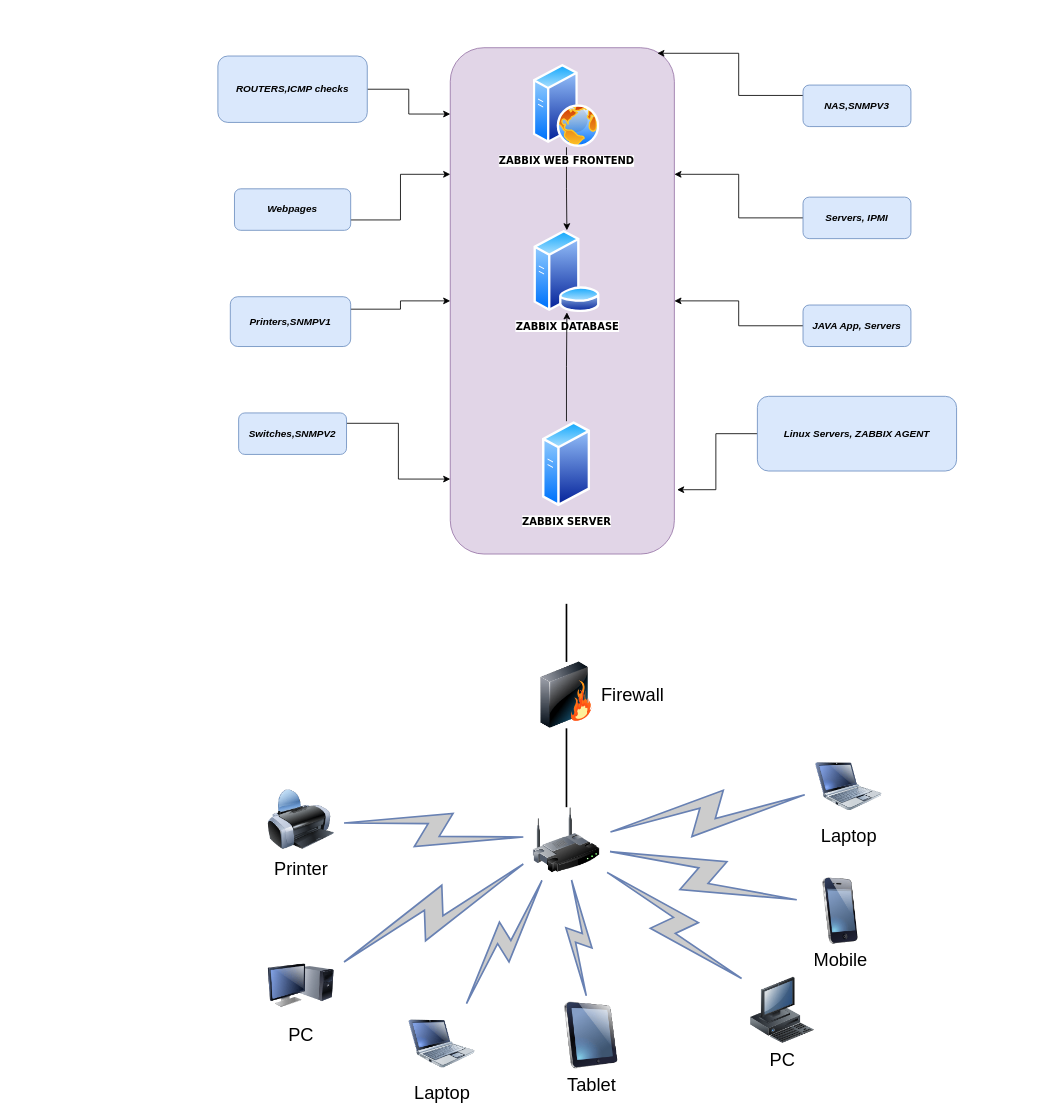
padowla/super-fortnight keeps this draw.io diagram as zabbix_arch_example.drawio. Above is the earlier version. Source tidied: cells renumbered, new cells numbered last; positions are measured from the earlier drawing's top-left corner, leaving out a move shared by most shapes. Both pictures are drawn from the tidied source at 83%, with x=0, y=0 at pixel (217, 47).
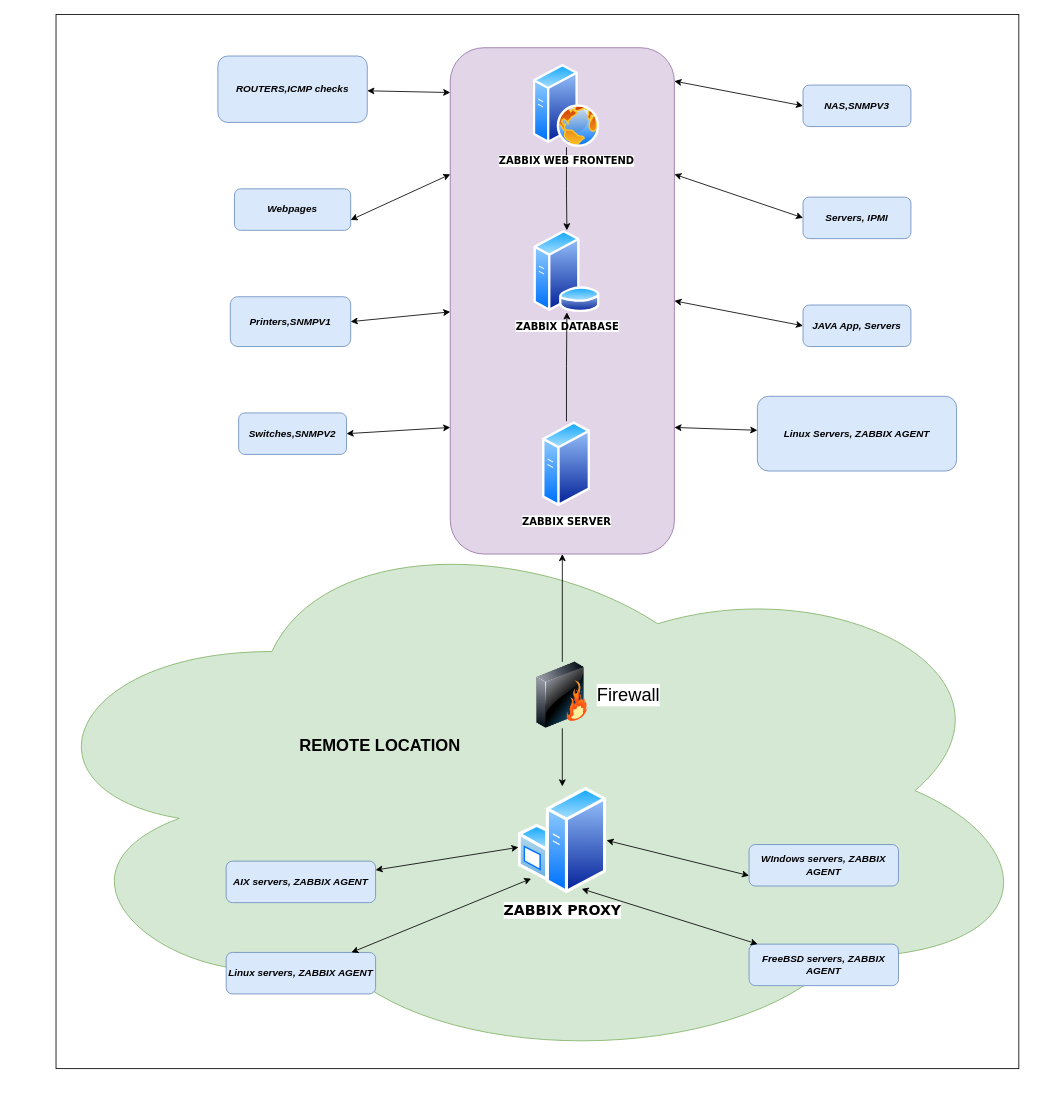
Above is the later version.

Unchanged cells that the change refers to:
```xml
<mxCell id="2" style="rounded=1;whiteSpace=wrap;html=1;fillColor=#e1d5e7;strokeColor=#9673a6;" parent="1" vertex="1">
  <mxGeometry x="280" width="270" height="610" as="geometry" />
</mxCell>
<mxCell id="27" value="&lt;b&gt;&lt;i&gt;ROUTERS,ICMP checks&lt;br&gt;&lt;/i&gt;&lt;/b&gt;" style="rounded=1;whiteSpace=wrap;html=1;fillColor=#dae8fc;strokeColor=#6c8ebf;" parent="1" vertex="1">
  <mxGeometry y="10" width="180" height="80" as="geometry" />
</mxCell>
```

What changed in the source:
```diff
@@
+    <mxCell id="42" style="rounded=0;whiteSpace=wrap;html=1;" parent="1" vertex="1">
+      <mxGeometry x="-195" y="-40" width="1160" height="1270" as="geometry" />
+    </mxCell>
+    <mxCell id="43" style="ellipse;shape=cloud;whiteSpace=wrap;html=1;fillColor=#d5e8d4;strokeColor=#82b366;" parent="1" vertex="1">
+      <mxGeometry x="-245" y="560" width="1240" height="670" as="geometry" />
+    </mxCell>
@@
-    <mxCell id="3" style="edgeStyle=none;rounded=0;html=1;labelBackgroundColor=none;endArrow=none;strokeWidth=2;fontFamily=Verdana;fontSize=22;" parent="1" edge="1" source="4" target="6">
-      <mxGeometry relative="1" as="geometry" />
-    </mxCell>
-    <mxCell id="4" style="image;html=1;labelBackgroundColor=#ffffff;image=img/lib/clip_art/networking/Wireless_Router_128x128.png;rounded=1;shadow=0;comic=0;strokeWidth=2;fontSize=22;" parent="1" vertex="1">
-      <mxGeometry x="380" y="915" width="80" height="80" as="geometry" />
-    </mxCell>
-    <mxCell id="5" style="edgeStyle=none;rounded=0;html=1;labelBackgroundColor=none;endArrow=none;strokeWidth=2;fontFamily=Verdana;fontSize=22;" parent="1" edge="1" source="6">
-      <mxGeometry relative="1" as="geometry">
-        <mxPoint x="420" y="670" as="targetPoint" />
-      </mxGeometry>
-    </mxCell>
+    <mxCell id="44" style="edgeStyle=orthogonalEdgeStyle;rounded=0;jettySize=auto;html=1;entryX=0.5;entryY=1;entryDx=0;entryDy=0;" parent="1" edge="1" source="6" target="2">
+      <mxGeometry relative="1" as="geometry" />
+    </mxCell>
+    <mxCell id="45" style="edgeStyle=orthogonalEdgeStyle;rounded=0;jettySize=auto;html=1;" parent="1" edge="1" source="6" target="46">
+      <mxGeometry relative="1" as="geometry" />
+    </mxCell>
     <mxCell id="6" value="Firewall" style="image;html=1;labelBackgroundColor=#ffffff;image=img/lib/clip_art/networking/Firewall_128x128.png;rounded=1;shadow=0;comic=0;strokeWidth=2;fontSize=22;labelPosition=right;verticalLabelPosition=middle;align=left;verticalAlign=middle;" parent="1" vertex="1">
-      <mxGeometry x="380" y="740" width="80" height="80" as="geometry" />
+      <mxGeometry x="375" y="740" width="80" height="80" as="geometry" />
     </mxCell>
-    <mxCell id="7" value="Tablet" style="image;html=1;labelBackgroundColor=#ffffff;image=img/lib/clip_art/computers/iPad_128x128.png;rounded=1;shadow=0;comic=0;strokeWidth=2;fontSize=22;" parent="1" vertex="1">
-      <mxGeometry x="410" y="1150" width="80" height="80" as="geometry" />
-    </mxCell>
-    <mxCell id="8" value="PC" style="image;html=1;labelBackgroundColor=#ffffff;image=img/lib/clip_art/computers/Monitor_Tower_128x128.png;rounded=1;shadow=0;comic=0;strokeWidth=2;fontSize=22;" parent="1" vertex="1">
-      <mxGeometry x="60" y="1090" width="80" height="80" as="geometry" />
-    </mxCell>
-    <mxCell id="9" value="Printer" style="image;html=1;labelBackgroundColor=#ffffff;image=img/lib/clip_art/computers/Printer_128x128.png;rounded=1;shadow=0;comic=0;strokeWidth=2;fontSize=22;" parent="1" vertex="1">
-      <mxGeometry x="60" y="890" width="80" height="80" as="geometry" />
-    </mxCell>
-    <mxCell id="10" value="PC" style="image;html=1;labelBackgroundColor=#ffffff;image=img/lib/clip_art/computers/Workstation_128x128.png;rounded=1;shadow=0;comic=0;strokeWidth=2;fontSize=22;" parent="1" vertex="1">
-      <mxGeometry x="640" y="1120" width="80" height="80" as="geometry" />
-    </mxCell>
-    <mxCell id="11" value="Mobile" style="image;html=1;labelBackgroundColor=#ffffff;image=img/lib/clip_art/telecommunication/iPhone_128x128.png;rounded=1;shadow=0;comic=0;strokeWidth=2;fontSize=22;" parent="1" vertex="1">
-      <mxGeometry x="710" y="1000" width="80" height="80" as="geometry" />
-    </mxCell>
-    <mxCell id="12" value="Laptop" style="image;html=1;labelBackgroundColor=#ffffff;image=img/lib/clip_art/computers/Netbook_128x128.png;rounded=1;shadow=0;comic=0;strokeColor=#000000;strokeWidth=2;fillColor=#FFFFFF;fontSize=22;fontColor=#000000;" parent="1" vertex="1">
-      <mxGeometry x="720" y="850" width="80" height="80" as="geometry" />
-    </mxCell>
-    <mxCell id="13" value="Laptop" style="image;html=1;labelBackgroundColor=#ffffff;image=img/lib/clip_art/computers/Netbook_128x128.png;rounded=1;shadow=0;comic=0;strokeWidth=2;fontSize=22;" parent="1" vertex="1">
-      <mxGeometry x="230" y="1160" width="80" height="80" as="geometry" />
-    </mxCell>
-    <mxCell id="14" style="html=1;fillColor=#CCCCCC;strokeColor=#6881B3;gradientColor=none;gradientDirection=north;strokeWidth=2;shape=mxgraph.networks.comm_link_edge;html=1;labelBackgroundColor=none;endArrow=none;fontFamily=Verdana;fontSize=22;fontColor=#000000;" parent="1" edge="1" source="9" target="4">
-      <mxGeometry relative="1" as="geometry" />
-    </mxCell>
-    <mxCell id="15" style="html=1;fillColor=#CCCCCC;strokeColor=#6881B3;gradientColor=none;gradientDirection=north;strokeWidth=2;shape=mxgraph.networks.comm_link_edge;html=1;labelBackgroundColor=none;endArrow=none;fontFamily=Verdana;fontSize=22;fontColor=#000000;fontStyle=1;" parent="1" edge="1" source="8" target="4">
-      <mxGeometry relative="1" as="geometry" />
-    </mxCell>
-    <mxCell id="16" style="html=1;fillColor=#CCCCCC;strokeColor=#6881B3;gradientColor=none;gradientDirection=north;strokeWidth=2;shape=mxgraph.networks.comm_link_edge;html=1;labelBackgroundColor=none;endArrow=none;fontFamily=Verdana;fontSize=22;fontColor=#000000;" parent="1" edge="1" source="13" target="4">
-      <mxGeometry relative="1" as="geometry" />
-    </mxCell>
-    <mxCell id="17" style="html=1;fillColor=#CCCCCC;strokeColor=#6881B3;gradientColor=none;gradientDirection=north;strokeWidth=2;shape=mxgraph.networks.comm_link_edge;html=1;labelBackgroundColor=none;endArrow=none;fontFamily=Verdana;fontSize=22;fontColor=#000000;" parent="1" edge="1" source="7" target="4">
-      <mxGeometry relative="1" as="geometry" />
-    </mxCell>
-    <mxCell id="18" style="html=1;fillColor=#CCCCCC;strokeColor=#6881B3;gradientColor=none;gradientDirection=north;strokeWidth=2;shape=mxgraph.networks.comm_link_edge;html=1;labelBackgroundColor=none;endArrow=none;fontFamily=Verdana;fontSize=22;fontColor=#000000;" parent="1" edge="1" source="10" target="4">
-      <mxGeometry relative="1" as="geometry" />
-    </mxCell>
-    <mxCell id="19" style="html=1;fillColor=#CCCCCC;strokeColor=#6881B3;gradientColor=none;gradientDirection=north;strokeWidth=2;shape=mxgraph.networks.comm_link_edge;html=1;labelBackgroundColor=none;endArrow=none;fontFamily=Verdana;fontSize=22;fontColor=#000000;" parent="1" edge="1" source="11" target="4">
-      <mxGeometry relative="1" as="geometry" />
-    </mxCell>
-    <mxCell id="20" style="html=1;fillColor=#CCCCCC;strokeColor=#6881B3;gradientColor=none;gradientDirection=north;strokeWidth=2;shape=mxgraph.networks.comm_link_edge;html=1;labelBackgroundColor=none;endArrow=none;fontFamily=Verdana;fontSize=22;fontColor=#000000;" parent="1" edge="1" source="12" target="4">
-      <mxGeometry relative="1" as="geometry" />
-    </mxCell>
@@
-    <mxCell id="26" style="edgeStyle=orthogonalEdgeStyle;rounded=0;jettySize=auto;html=1;exitX=1;exitY=0.5;exitDx=0;exitDy=0;entryX=0;entryY=0.131;entryDx=0;entryDy=0;entryPerimeter=0;" parent="1" edge="1" source="27" target="2">
-      <mxGeometry relative="1" as="geometry" />
-    </mxCell>
@@
+    <mxCell id="29" value="&lt;i&gt;&lt;b&gt;Webpages&lt;/b&gt;&lt;/i&gt;" style="rounded=1;whiteSpace=wrap;html=1;fillColor=#dae8fc;strokeColor=#6c8ebf;" parent="1" vertex="1">
+      <mxGeometry x="20" y="170" width="140" height="50" as="geometry" />
+    </mxCell>
+    <mxCell id="31" value="&lt;i&gt;&lt;b&gt;Printers,SNMPV1&lt;/b&gt;&lt;/i&gt;" style="rounded=1;whiteSpace=wrap;html=1;fillColor=#dae8fc;strokeColor=#6c8ebf;" parent="1" vertex="1">
+      <mxGeometry x="15" y="300" width="145" height="60" as="geometry" />
+    </mxCell>
+    <mxCell id="33" value="&lt;i&gt;&lt;b&gt;Switches,SNMPV2&lt;/b&gt;&lt;/i&gt;" style="rounded=1;whiteSpace=wrap;html=1;fillColor=#dae8fc;strokeColor=#6c8ebf;" parent="1" vertex="1">
+      <mxGeometry x="25" y="440" width="130" height="50" as="geometry" />
+    </mxCell>
+    <mxCell id="35" value="&lt;i&gt;&lt;b&gt;NAS,SNMPV3&lt;/b&gt;&lt;/i&gt;" style="rounded=1;whiteSpace=wrap;html=1;fillColor=#dae8fc;strokeColor=#6c8ebf;" parent="1" vertex="1">
+      <mxGeometry x="705" y="45" width="130" height="50" as="geometry" />
+    </mxCell>
+    <mxCell id="37" value="&lt;i&gt;&lt;b&gt;Servers, IPMI&lt;br&gt;&lt;/b&gt;&lt;/i&gt;" style="rounded=1;whiteSpace=wrap;html=1;fillColor=#dae8fc;strokeColor=#6c8ebf;" parent="1" vertex="1">
+      <mxGeometry x="705" y="180" width="130" height="50" as="geometry" />
+    </mxCell>
+    <mxCell id="39" value="&lt;i&gt;&lt;b&gt;JAVA App, Servers&lt;br&gt;&lt;/b&gt;&lt;/i&gt;" style="rounded=1;whiteSpace=wrap;html=1;fillColor=#dae8fc;strokeColor=#6c8ebf;" parent="1" vertex="1">
+      <mxGeometry x="705" y="310" width="130" height="50" as="geometry" />
+    </mxCell>
+    <mxCell id="41" value="&lt;i&gt;&lt;b&gt;Linux Servers, ZABBIX AGENT&lt;br&gt;&lt;/b&gt;&lt;/i&gt;" style="rounded=1;whiteSpace=wrap;html=1;fillColor=#dae8fc;strokeColor=#6c8ebf;" parent="1" vertex="1">
+      <mxGeometry x="650" y="420" width="240" height="90" as="geometry" />
+    </mxCell>
+    <mxCell id="46" value="&lt;font style=&quot;font-size: 17px&quot; face=&quot;Verdana&quot;&gt;&lt;b&gt;ZABBIX PROXY&lt;br&gt;&lt;/b&gt;&lt;/font&gt;" style="perimeter=ellipsePerimeter;html=1;align=center;shadow=0;dashed=0;spacingTop=3;image;image=img/lib/active_directory/windows_server.svg;" parent="1" vertex="1">
+      <mxGeometry x="361.7" y="890" width="106.6" height="130" as="geometry" />
+    </mxCell>
+    <mxCell id="47" value="&lt;font style=&quot;font-size: 20px&quot;&gt;&lt;b&gt;REMOTE LOCATION&lt;br&gt;&lt;/b&gt;&lt;/font&gt;" style="text;html=1;align=center;verticalAlign=middle;" parent="1" vertex="1">
+      <mxGeometry x="90" y="830" width="210" height="20" as="geometry" />
+    </mxCell>
+    <mxCell id="48" value="&lt;i&gt;&lt;b&gt;AIX servers, ZABBIX AGENT&lt;br&gt;&lt;/b&gt;&lt;/i&gt;" style="rounded=1;whiteSpace=wrap;html=1;fillColor=#dae8fc;strokeColor=#6c8ebf;" parent="1" vertex="1">
+      <mxGeometry x="10" y="980" width="180" height="50" as="geometry" />
+    </mxCell>
+    <mxCell id="49" value="&lt;i&gt;&lt;b&gt;Linux servers, ZABBIX AGENT&lt;/b&gt;&lt;/i&gt;" style="rounded=1;whiteSpace=wrap;html=1;fillColor=#dae8fc;strokeColor=#6c8ebf;" parent="1" vertex="1">
+      <mxGeometry x="10" y="1090" width="180" height="50" as="geometry" />
+    </mxCell>
+    <mxCell id="50" value="&lt;i&gt;&lt;b&gt;FreeBSD servers, ZABBIX AGENT&lt;/b&gt;&lt;/i&gt;" style="rounded=1;whiteSpace=wrap;html=1;fillColor=#dae8fc;strokeColor=#6c8ebf;" parent="1" vertex="1">
+      <mxGeometry x="640" y="1080" width="180" height="50" as="geometry" />
+    </mxCell>
+    <mxCell id="51" value="&lt;i&gt;&lt;b&gt;WIndows&lt;/b&gt;&lt;b&gt; servers, ZABBIX AGENT&lt;/b&gt;&lt;/i&gt;" style="rounded=1;whiteSpace=wrap;html=1;fillColor=#dae8fc;strokeColor=#6c8ebf;" parent="1" vertex="1">
+      <mxGeometry x="640" y="960" width="180" height="50" as="geometry" />
+    </mxCell>
+    <mxCell id="52" style="endArrow=classic;startArrow=classic;html=1;" parent="1" edge="1" source="48" target="46">
+      <mxGeometry relative="1" as="geometry" />
+    </mxCell>
+    <mxCell id="53" style="endArrow=classic;startArrow=classic;html=1;entryX=0;entryY=1;entryDx=0;entryDy=0;" parent="1" edge="1" source="49" target="46">
+      <mxGeometry relative="1" as="geometry" />
+    </mxCell>
+    <mxCell id="54" style="endArrow=classic;startArrow=classic;html=1;entryX=0.75;entryY=1;entryDx=0;entryDy=0;" parent="1" edge="1" source="50" target="46">
+      <mxGeometry relative="1" as="geometry" />
+    </mxCell>
+    <mxCell id="55" style="endArrow=classic;startArrow=classic;html=1;entryX=1;entryY=0.5;entryDx=0;entryDy=0;exitX=0;exitY=0.75;exitDx=0;exitDy=0;" parent="1" edge="1" source="51" target="46">
+      <mxGeometry relative="1" as="geometry" />
+    </mxCell>
+    <mxCell id="56" style="endArrow=classic;startArrow=classic;html=1;exitX=1;exitY=0.75;exitDx=0;exitDy=0;" parent="1" edge="1" source="2" target="41">
+      <mxGeometry relative="1" as="geometry" />
+    </mxCell>
+    <mxCell id="57" style="endArrow=classic;startArrow=classic;html=1;exitX=1;exitY=0.5;exitDx=0;exitDy=0;entryX=0;entryY=0.5;entryDx=0;entryDy=0;" parent="1" edge="1" source="2" target="39">
+      <mxGeometry relative="1" as="geometry" />
+    </mxCell>
+    <mxCell id="58" style="endArrow=classic;startArrow=classic;html=1;exitX=1;exitY=0.25;exitDx=0;exitDy=0;entryX=0;entryY=0.5;entryDx=0;entryDy=0;" parent="1" edge="1" source="2" target="37">
+      <mxGeometry relative="1" as="geometry" />
+    </mxCell>
+    <mxCell id="59" style="endArrow=classic;startArrow=classic;html=1;exitX=1;exitY=0.066;exitDx=0;exitDy=0;entryX=0;entryY=0.5;entryDx=0;entryDy=0;exitPerimeter=0;" parent="1" edge="1" source="2" target="35">
+      <mxGeometry relative="1" as="geometry" />
+    </mxCell>
+    <mxCell id="60" style="endArrow=classic;startArrow=classic;html=1;" parent="1" edge="1" source="27">
+      <mxGeometry relative="1" as="geometry">
+        <mxPoint x="280" y="54" as="targetPoint" />
+      </mxGeometry>
+    </mxCell>
-    <mxCell id="28" style="edgeStyle=orthogonalEdgeStyle;rounded=0;jettySize=auto;html=1;exitX=1;exitY=0.75;exitDx=0;exitDy=0;entryX=0;entryY=0.25;entryDx=0;entryDy=0;" parent="1" edge="1" source="29" target="2">
+    <mxCell id="28" style="endArrow=classic;startArrow=classic;html=1;exitX=1;exitY=0.75;exitDx=0;exitDy=0;entryX=0;entryY=0.25;entryDx=0;entryDy=0;" parent="1" edge="1" source="29" target="2">
       <mxGeometry relative="1" as="geometry" />
     </mxCell>
-    <mxCell id="29" value="&lt;i&gt;&lt;b&gt;Webpages&lt;/b&gt;&lt;/i&gt;" style="rounded=1;whiteSpace=wrap;html=1;fillColor=#dae8fc;strokeColor=#6c8ebf;" parent="1" vertex="1">
-      <mxGeometry x="20" y="170" width="140" height="50" as="geometry" />
-    </mxCell>
-    <mxCell id="30" style="edgeStyle=orthogonalEdgeStyle;rounded=0;jettySize=auto;html=1;exitX=1;exitY=0.25;exitDx=0;exitDy=0;" parent="1" edge="1" source="31" target="2">
+    <mxCell id="30" style="endArrow=classic;startArrow=classic;html=1;exitX=1;exitY=0.5;exitDx=0;exitDy=0;" parent="1" edge="1" source="31" target="2">
       <mxGeometry relative="1" as="geometry" />
     </mxCell>
-    <mxCell id="31" value="&lt;i&gt;&lt;b&gt;Printers,SNMPV1&lt;/b&gt;&lt;/i&gt;" style="rounded=1;whiteSpace=wrap;html=1;fillColor=#dae8fc;strokeColor=#6c8ebf;" parent="1" vertex="1">
-      <mxGeometry x="15" y="300" width="145" height="60" as="geometry" />
-    </mxCell>
-    <mxCell id="32" style="edgeStyle=orthogonalEdgeStyle;rounded=0;jettySize=auto;html=1;exitX=1;exitY=0.25;exitDx=0;exitDy=0;entryX=0;entryY=0.852;entryDx=0;entryDy=0;entryPerimeter=0;" parent="1" edge="1" source="33" target="2">
+    <mxCell id="32" style="endArrow=classic;startArrow=classic;html=1;exitX=1;exitY=0.5;exitDx=0;exitDy=0;entryX=0;entryY=0.75;entryDx=0;entryDy=0;" parent="1" edge="1" source="33" target="2">
       <mxGeometry relative="1" as="geometry" />
     </mxCell>
-    <mxCell id="33" value="&lt;i&gt;&lt;b&gt;Switches,SNMPV2&lt;/b&gt;&lt;/i&gt;" style="rounded=1;whiteSpace=wrap;html=1;fillColor=#dae8fc;strokeColor=#6c8ebf;" parent="1" vertex="1">
-      <mxGeometry x="25" y="440" width="130" height="50" as="geometry" />
-    </mxCell>
-    <mxCell id="34" style="edgeStyle=orthogonalEdgeStyle;rounded=0;jettySize=auto;html=1;exitX=0;exitY=0.25;exitDx=0;exitDy=0;entryX=0.924;entryY=0.011;entryDx=0;entryDy=0;entryPerimeter=0;" parent="1" edge="1" source="35" target="2">
-      <mxGeometry relative="1" as="geometry" />
-    </mxCell>
-    <mxCell id="35" value="&lt;i&gt;&lt;b&gt;NAS,SNMPV3&lt;/b&gt;&lt;/i&gt;" style="rounded=1;whiteSpace=wrap;html=1;fillColor=#dae8fc;strokeColor=#6c8ebf;" parent="1" vertex="1">
-      <mxGeometry x="705" y="45" width="130" height="50" as="geometry" />
-    </mxCell>
-    <mxCell id="36" style="edgeStyle=orthogonalEdgeStyle;rounded=0;jettySize=auto;html=1;exitX=0;exitY=0.5;exitDx=0;exitDy=0;entryX=1;entryY=0.25;entryDx=0;entryDy=0;" parent="1" edge="1" source="37" target="2">
-      <mxGeometry relative="1" as="geometry" />
-    </mxCell>
-    <mxCell id="37" value="&lt;i&gt;&lt;b&gt;Servers, IPMI&lt;br&gt;&lt;/b&gt;&lt;/i&gt;" style="rounded=1;whiteSpace=wrap;html=1;fillColor=#dae8fc;strokeColor=#6c8ebf;" parent="1" vertex="1">
-      <mxGeometry x="705" y="180" width="130" height="50" as="geometry" />
-    </mxCell>
-    <mxCell id="38" style="edgeStyle=orthogonalEdgeStyle;rounded=0;jettySize=auto;html=1;exitX=0;exitY=0.5;exitDx=0;exitDy=0;entryX=1;entryY=0.5;entryDx=0;entryDy=0;" parent="1" edge="1" source="39" target="2">
-      <mxGeometry relative="1" as="geometry" />
-    </mxCell>
-    <mxCell id="39" value="&lt;i&gt;&lt;b&gt;JAVA App, Servers&lt;br&gt;&lt;/b&gt;&lt;/i&gt;" style="rounded=1;whiteSpace=wrap;html=1;fillColor=#dae8fc;strokeColor=#6c8ebf;" parent="1" vertex="1">
-      <mxGeometry x="705" y="310" width="130" height="50" as="geometry" />
-    </mxCell>
-    <mxCell id="40" style="edgeStyle=orthogonalEdgeStyle;rounded=0;jettySize=auto;html=1;exitX=0;exitY=0.5;exitDx=0;exitDy=0;entryX=1.012;entryY=0.873;entryDx=0;entryDy=0;entryPerimeter=0;" parent="1" edge="1" source="41" target="2">
-      <mxGeometry relative="1" as="geometry" />
-    </mxCell>
-    <mxCell id="41" value="&lt;i&gt;&lt;b&gt;Linux Servers, ZABBIX AGENT&lt;br&gt;&lt;/b&gt;&lt;/i&gt;" style="rounded=1;whiteSpace=wrap;html=1;fillColor=#dae8fc;strokeColor=#6c8ebf;" parent="1" vertex="1">
-      <mxGeometry x="650" y="420" width="240" height="90" as="geometry" />
-    </mxCell>
```
